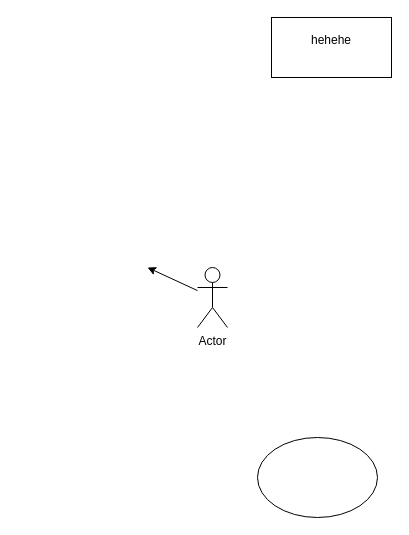
Above: Mlog Diagrams.drawio in 4-I-Projects/Mlog_Backend (draw.io), before the change. Source tidied: cells renumbered, new cells numbered last; positions are measured from the earlier drawing's top-left corner, leaving out a move shared by most shapes. Both pictures are drawn from the tidied source at 100%, with x=0, y=0 at pixel (147, 17).
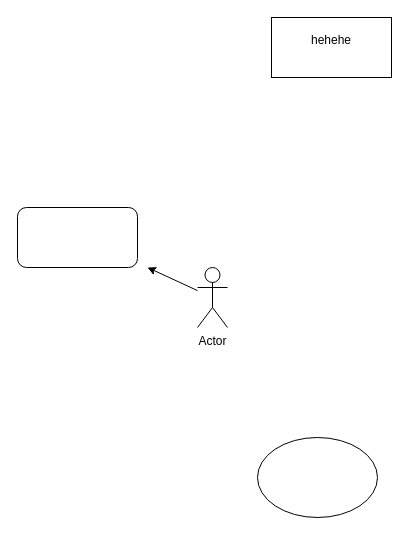
After the change.

What changed in the source:
```diff
@@
 <mxGraphModel>
   <root>
     <mxCell id="0" />
     <mxCell id="1" parent="0" />
     <mxCell id="2" value="Actor" style="shape=umlActor;verticalLabelPosition=bottom;verticalAlign=top;html=1;outlineConnect=0;" parent="1" vertex="1">
       <mxGeometry x="50" y="250" width="30" height="60" as="geometry" />
     </mxCell>
     <mxCell id="3" style="endArrow=classic;html=1;rounded=0;" parent="1" edge="1" source="2">
       <mxGeometry relative="1" as="geometry">
         <mxPoint y="250" as="targetPoint" />
       </mxGeometry>
     </mxCell>
     <mxCell id="4" style="ellipse;whiteSpace=wrap;html=1;" parent="1" vertex="1">
       <mxGeometry x="110" y="420" width="120" height="80" as="geometry" />
     </mxCell>
+    <mxCell id="6" style="rounded=1;whiteSpace=wrap;html=1;" parent="1" vertex="1">
+      <mxGeometry x="-130" y="190" width="120" height="60" as="geometry" />
+    </mxCell>
     <mxCell id="5" value="hehehe&lt;div&gt;&lt;br&gt;&lt;/div&gt;" style="rounded=0;whiteSpace=wrap;html=1;" parent="1" vertex="1">
       <mxGeometry x="124" width="120" height="60" as="geometry" />
     </mxCell>
   </root>
 </mxGraphModel>
```
